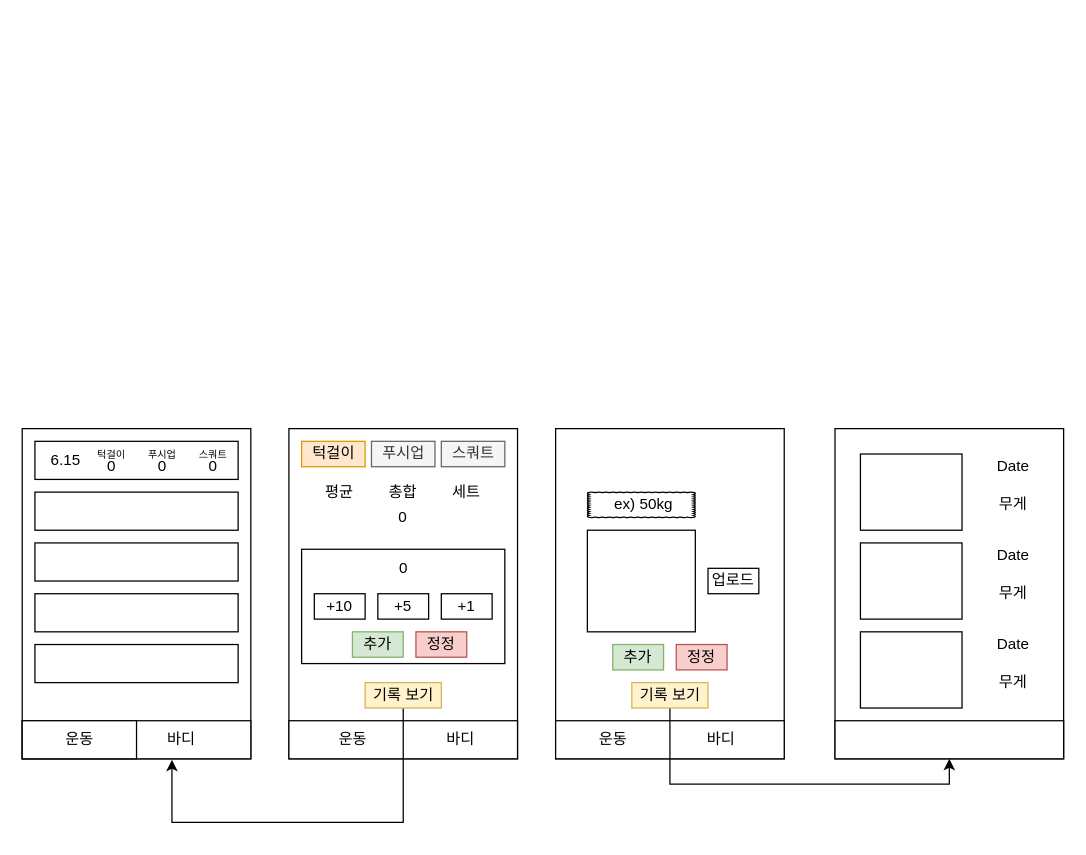
Before: ref/preview_diagram.drawio in SangYunLeee/WorkOut, a draw.io diagram. Source tidied: cells renumbered, new cells numbered last; positions are measured from the earlier drawing's top-left corner, leaving out a move shared by most shapes. Both pictures are drawn from the tidied source at 127%, with x=0, y=0 at pixel (22, 428).
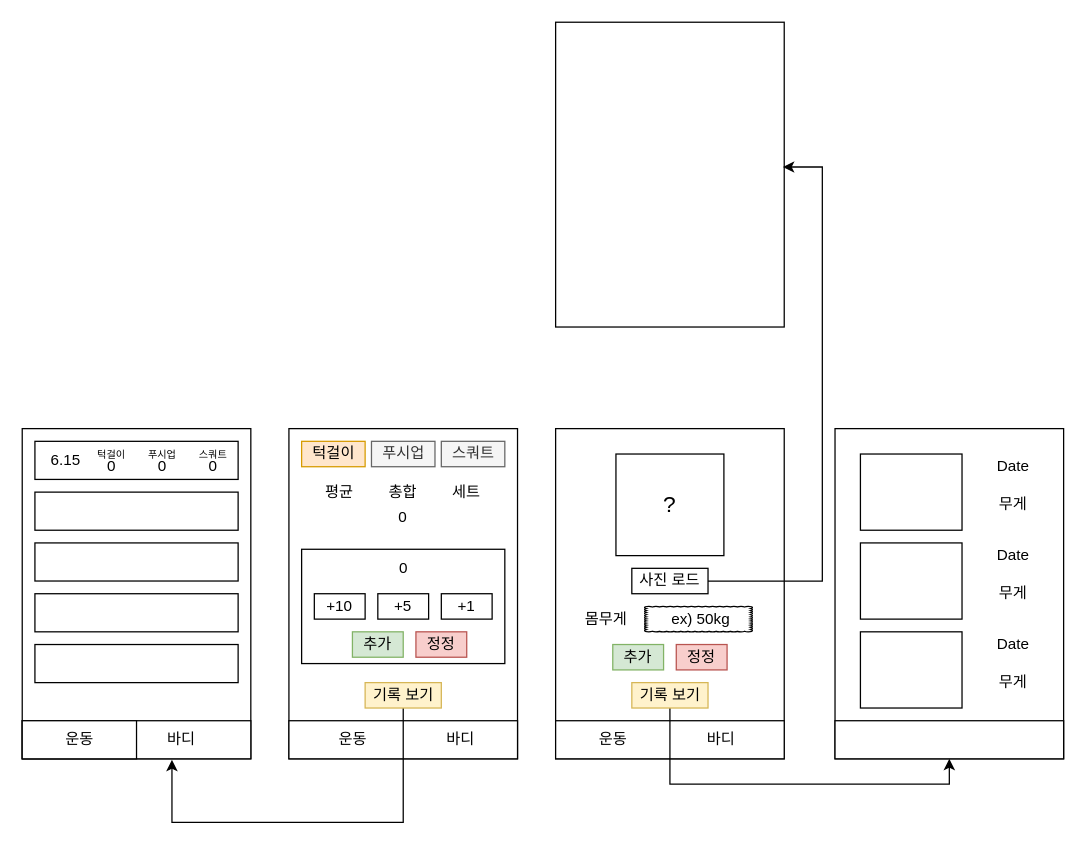
The same diagram, later.

Unchanged cells that the change refers to:
```xml
<mxCell id="30" style="group;" parent="1" vertex="1">
  <mxGeometry x="420" width="180" height="260" as="geometry" />
</mxCell>
```

What changed in the source:
```diff
@@
-    <mxCell id="34" style="group;" parent="30" vertex="1">
-      <mxGeometry x="25" y="50" width="85" height="20" as="geometry" />
-    </mxCell>
-    <mxCell id="35" style="whiteSpace=wrap;html=1;shape=mxgraph.basic.cloud_rect;" parent="34" vertex="1">
-      <mxGeometry width="85" height="20" as="geometry" />
-    </mxCell>
-    <mxCell id="36" value="ex) 50kg" style="text;html=1;align=center;verticalAlign=middle;strokeColor=none;" parent="34" vertex="1">
-      <mxGeometry x="14.2" width="60" height="20" as="geometry" />
-    </mxCell>
     <mxCell id="37" style="whiteSpace=wrap;html=1;" parent="30" vertex="1">
-      <mxGeometry x="25" y="80" width="85" height="80" as="geometry" />
+      <mxGeometry x="47.5" y="20" width="85" height="80" as="geometry" />
     </mxCell>
@@
-    <mxCell id="41" value="업로드" style="whiteSpace=wrap;html=1;" parent="30" vertex="1">
-      <mxGeometry x="120" y="110" width="40" height="20" as="geometry" />
+    <mxCell id="41" value="사진 로드" style="whiteSpace=wrap;html=1;" parent="30" vertex="1">
+      <mxGeometry x="60" y="110" width="60" height="20" as="geometry" />
     </mxCell>
+    <mxCell id="34" style="group;" parent="30" vertex="1">
+      <mxGeometry x="70" y="140" width="85" height="20" as="geometry" />
+    </mxCell>
+    <mxCell id="35" style="whiteSpace=wrap;html=1;shape=mxgraph.basic.cloud_rect;" parent="34" vertex="1">
+      <mxGeometry width="85" height="20" as="geometry" />
+    </mxCell>
+    <mxCell id="36" value="ex) 50kg" style="text;html=1;align=center;verticalAlign=middle;strokeColor=none;" parent="34" vertex="1">
+      <mxGeometry x="14.2" width="60" height="20" as="geometry" />
+    </mxCell>
+    <mxCell id="66" value="몸무게" style="text;html=1;strokeColor=none;fillColor=none;align=center;verticalAlign=middle;whiteSpace=wrap;rounded=0;" parent="30" vertex="1">
+      <mxGeometry x="20" y="140" width="40" height="20" as="geometry" />
+    </mxCell>
+    <mxCell id="67" value="?" style="text;html=1;strokeColor=none;fillColor=none;align=center;verticalAlign=middle;whiteSpace=wrap;rounded=0;fontSize=18;" parent="30" vertex="1">
+      <mxGeometry x="70" y="50" width="40" height="20" as="geometry" />
+    </mxCell>
@@
+    <mxCell id="68" style="rounded=0;whiteSpace=wrap;html=1;" parent="1" vertex="1">
+      <mxGeometry x="420" y="-320" width="180" height="240" as="geometry" />
+    </mxCell>
+    <mxCell id="69" style="edgeStyle=orthogonalEdgeStyle;rounded=0;jettySize=auto;html=1;exitX=1;exitY=0.5;exitDx=0;exitDy=0;entryX=0.994;entryY=0.475;entryDx=0;entryDy=0;entryPerimeter=0;" parent="1" edge="1" source="41" target="68">
+      <mxGeometry relative="1" as="geometry">
+        <Array as="points">
+          <mxPoint x="630" y="120" />
+          <mxPoint x="630" y="-206" />
+        </Array>
+      </mxGeometry>
+    </mxCell>
```
